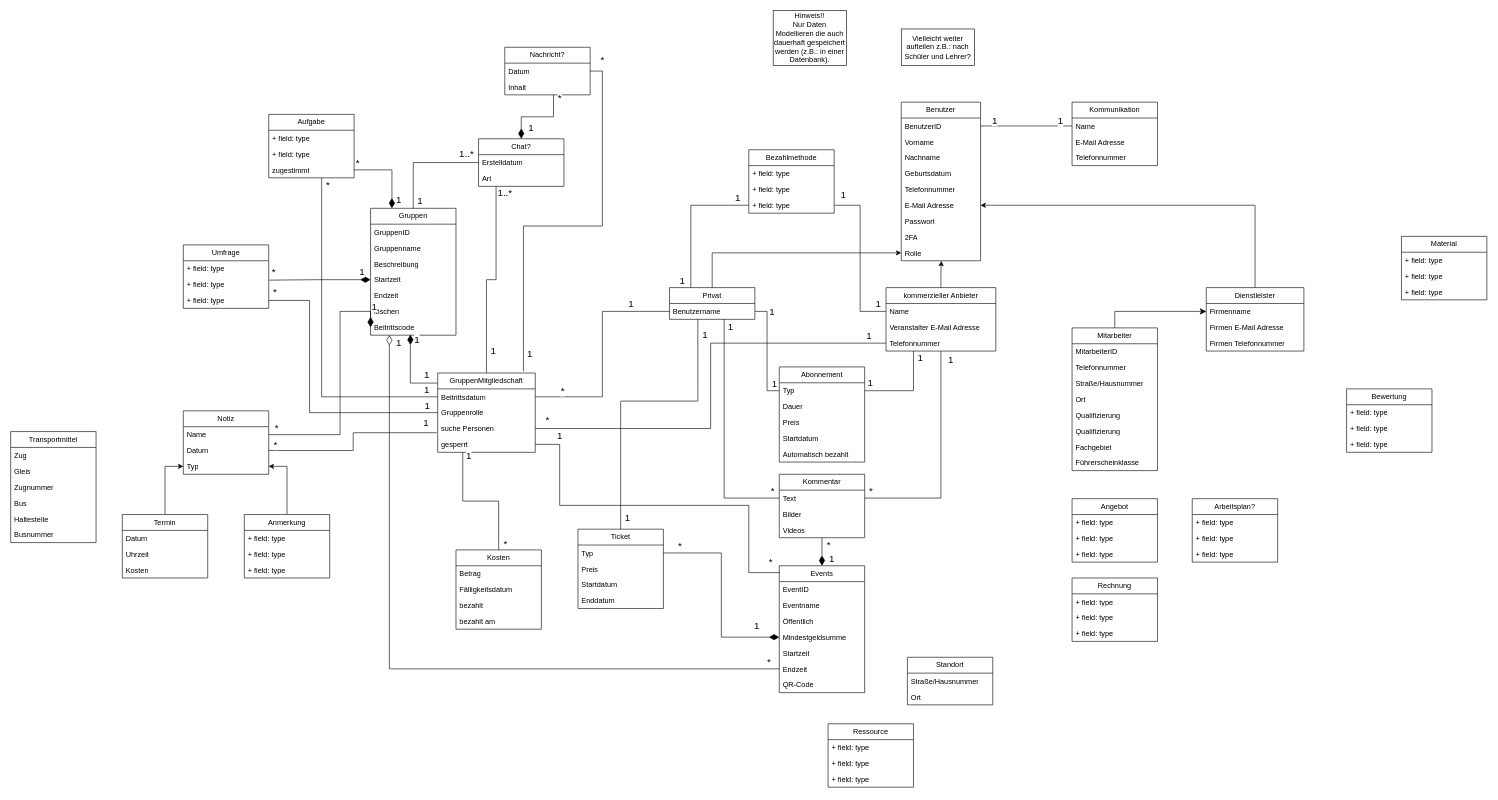
Malte-W-Schule/Software-Technick-2026-Sem03 keeps this draw.io diagram as Datenmodelle/Evently_UML_Klassendiagramm.drawio. Above is the earlier version. Source tidied: cells renumbered, new cells numbered last; positions are measured from the earlier drawing's top-left corner, leaving out a move shared by most shapes. Both pictures are drawn from the tidied source at 61%, with x=0, y=0 at pixel (10, 10).
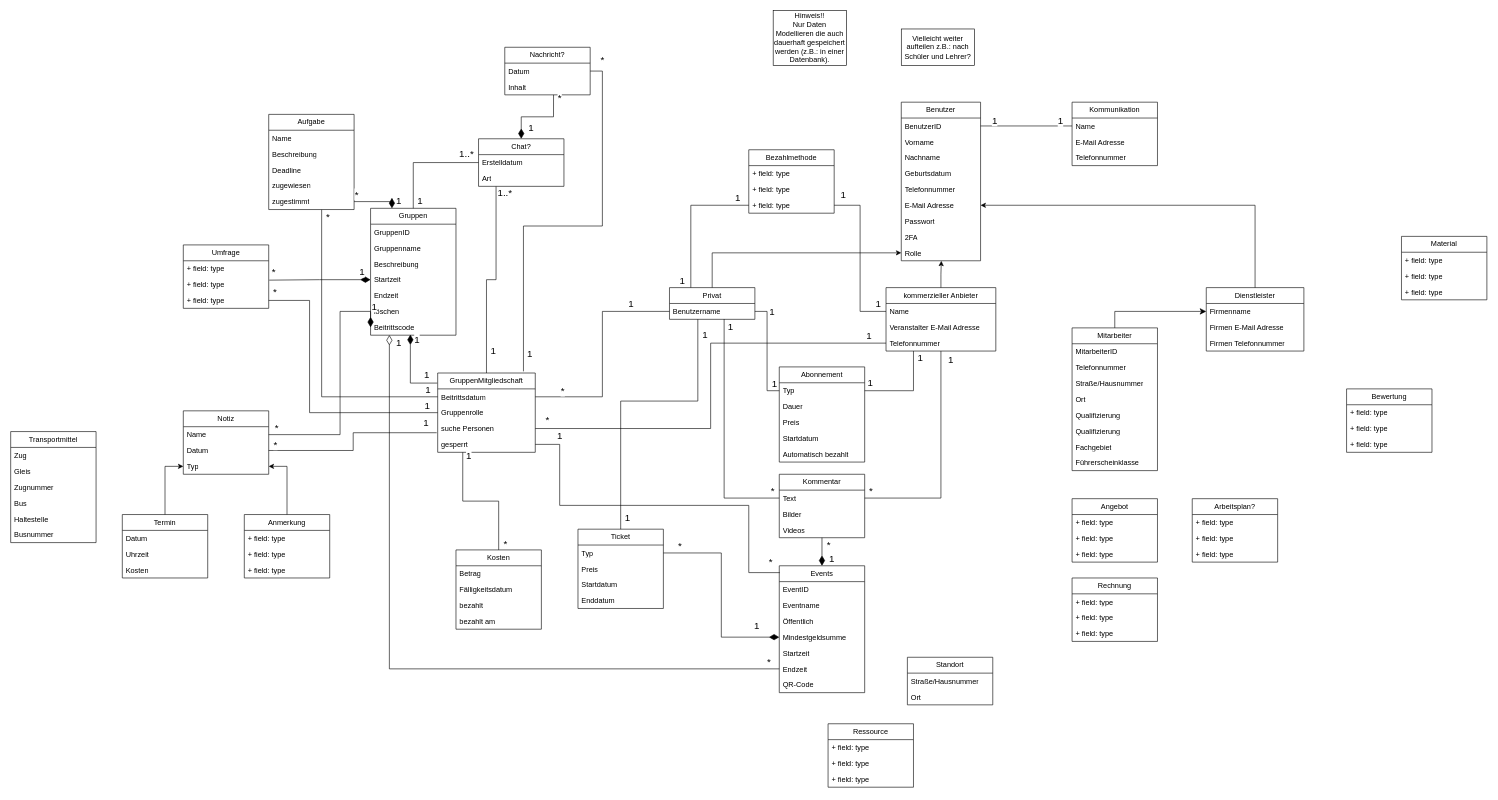
The same diagram, later.

Change to the diagram source:
```diff
@@
     <mxCell id="109" value="Aufgabe" style="swimlane;fontStyle=0;horizontal=1;startSize=26;fillColor=none;whiteSpace=wrap;html=1;" parent="1" vertex="1">
-      <mxGeometry x="423" y="170" width="140" height="104" as="geometry" />
+      <mxGeometry x="423" y="170" width="140" height="156" as="geometry" />
     </mxCell>
-    <mxCell id="110" value="+ field: type" style="text;strokeColor=none;fillColor=none;align=left;verticalAlign=top;spacingLeft=4;spacingRight=4;overflow=hidden;whiteSpace=wrap;html=1;" parent="109" vertex="1">
+    <mxCell id="110" value="Name" style="text;strokeColor=none;fillColor=none;align=left;verticalAlign=top;spacingLeft=4;spacingRight=4;overflow=hidden;whiteSpace=wrap;html=1;" parent="109" vertex="1">
       <mxGeometry y="26" width="140" height="26" as="geometry" />
     </mxCell>
-    <mxCell id="111" value="+ field: type" style="text;strokeColor=none;fillColor=none;align=left;verticalAlign=top;spacingLeft=4;spacingRight=4;overflow=hidden;whiteSpace=wrap;html=1;" parent="109" vertex="1">
+    <mxCell id="111" value="Beschreibung" style="text;strokeColor=none;fillColor=none;align=left;verticalAlign=top;spacingLeft=4;spacingRight=4;overflow=hidden;whiteSpace=wrap;html=1;" parent="109" vertex="1">
       <mxGeometry y="52" width="140" height="26" as="geometry" />
     </mxCell>
+    <mxCell id="218" value="Deadline" style="text;strokeColor=none;fillColor=none;align=left;verticalAlign=top;spacingLeft=4;spacingRight=4;overflow=hidden;whiteSpace=wrap;html=1;" parent="109" vertex="1">
+      <mxGeometry y="78" width="140" height="26" as="geometry" />
+    </mxCell>
+    <mxCell id="219" value="zugewiesen" style="text;strokeColor=none;fillColor=none;align=left;verticalAlign=top;spacingLeft=4;spacingRight=4;overflow=hidden;whiteSpace=wrap;html=1;" parent="109" vertex="1">
+      <mxGeometry y="104" width="140" height="26" as="geometry" />
+    </mxCell>
     <mxCell id="112" value="zugestimmt" style="text;strokeColor=none;fillColor=none;align=left;verticalAlign=top;spacingLeft=4;spacingRight=4;overflow=hidden;points=[[0,0.5],[1,0.5]];portConstraint=eastwest;whiteSpace=wrap;html=1;" parent="109" vertex="1">
-      <mxGeometry y="78" width="140" height="26" as="geometry" />
+      <mxGeometry y="130" width="140" height="26" as="geometry" />
     </mxCell>
```
